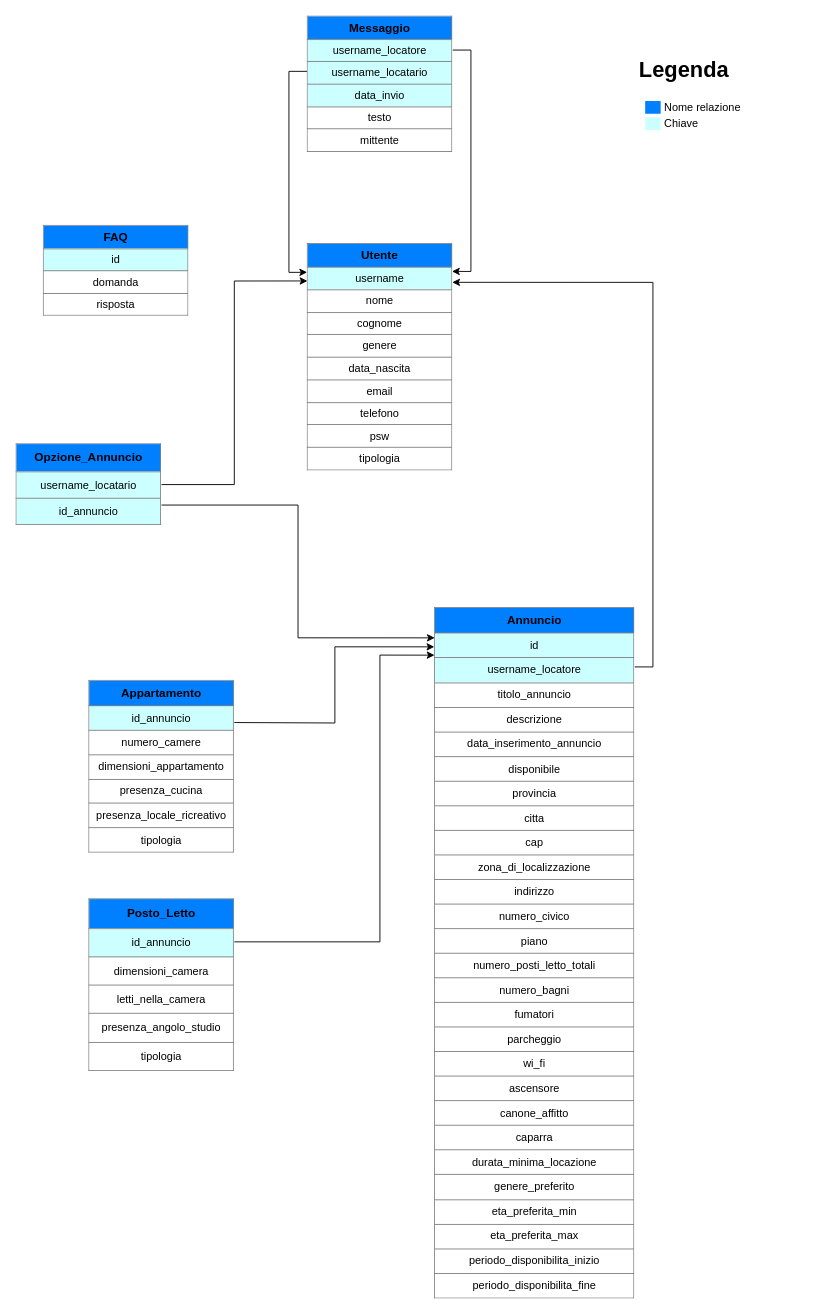
fd-col/RentAdvisor keeps this draw.io diagram as Database/Schema_logico_DB.drawio. Above is the earlier version. Source tidied: cells renumbered, new cells numbered last; positions are measured from the earlier drawing's top-left corner, leaving out a move shared by most shapes. Both pictures are drawn from the tidied source at 91%, with x=0, y=0 at pixel (15, 15).
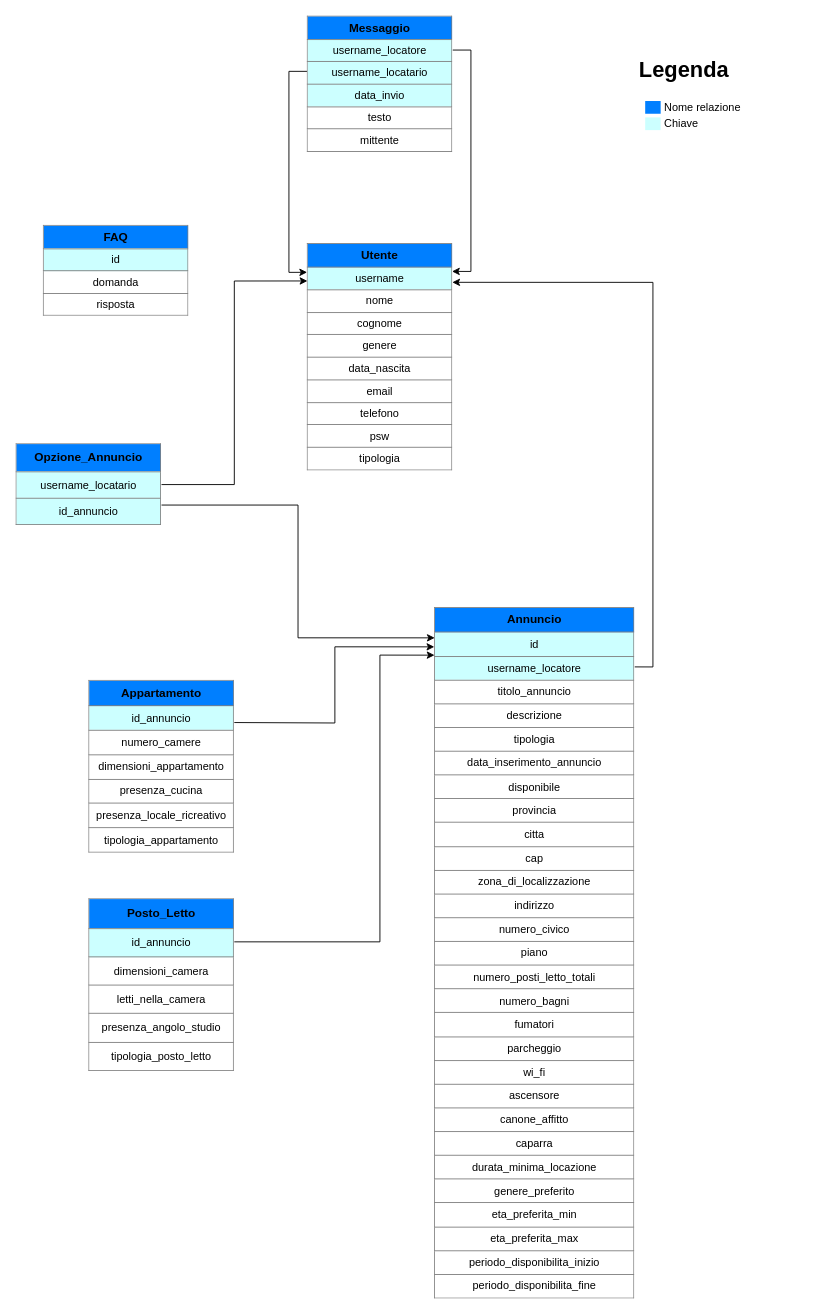
After the change.

What changed in the source:
```diff
@@
 <mxGraphModel>
   <root>
     <mxCell id="0" />
     <mxCell id="1" parent="0" />
     <mxCell id="2" value="&lt;table border=&quot;1&quot; width=&quot;100%&quot; cellpadding=&quot;4&quot; style=&quot;width: 100% ; height: 100% ; border-collapse: collapse&quot;&gt;&lt;tbody&gt;&lt;tr&gt;&lt;th style=&quot;background-color: rgb(0 , 127 , 255)&quot;&gt;&lt;font style=&quot;font-size: 13px&quot;&gt;Utente&lt;/font&gt;&lt;/th&gt;&lt;/tr&gt;&lt;tr style=&quot;font-size: 13px&quot;&gt;&lt;td style=&quot;font-size: 12px ; background-color: rgb(204 , 255 , 255)&quot;&gt;username&lt;/td&gt;&lt;/tr&gt;&lt;tr&gt;&lt;td&gt;nome&lt;/td&gt;&lt;/tr&gt;&lt;tr&gt;&lt;td&gt;cognome&lt;br&gt;&lt;/td&gt;&lt;/tr&gt;&lt;tr&gt;&lt;td&gt;genere&lt;/td&gt;&lt;/tr&gt;&lt;tr&gt;&lt;td&gt;data_nascita&lt;/td&gt;&lt;/tr&gt;&lt;tr&gt;&lt;td&gt;email&lt;/td&gt;&lt;/tr&gt;&lt;tr&gt;&lt;td&gt;telefono&lt;/td&gt;&lt;/tr&gt;&lt;tr&gt;&lt;td&gt;psw&lt;/td&gt;&lt;/tr&gt;&lt;tr&gt;&lt;td&gt;tipologia&lt;/td&gt;&lt;/tr&gt;&lt;/tbody&gt;&lt;/table&gt;" style="text;html=1;overflow=fill;align=center;" parent="1" vertex="1">
       <mxGeometry x="320" y="250" width="160" height="250" as="geometry" />
     </mxCell>
     <mxCell id="3" style="edgeStyle=orthogonalEdgeStyle;rounded=0;jettySize=auto;html=1;exitX=1;exitY=0.25;exitDx=0;exitDy=0;entryX=0.995;entryY=0.123;entryDx=0;entryDy=0;entryPerimeter=0;" parent="1" edge="1" source="5" target="2">
       <mxGeometry relative="1" as="geometry" />
     </mxCell>
     <mxCell id="4" style="edgeStyle=orthogonalEdgeStyle;rounded=0;jettySize=auto;html=1;exitX=0;exitY=0.406;exitDx=0;exitDy=0;entryX=0;entryY=0.127;entryDx=0;entryDy=0;entryPerimeter=0;exitPerimeter=0;" parent="1" edge="1" source="5" target="2">
       <mxGeometry relative="1" as="geometry" />
     </mxCell>
     <mxCell id="5" value="&lt;table border=&quot;1&quot; width=&quot;100%&quot; cellpadding=&quot;4&quot; style=&quot;width: 100% ; height: 100% ; border-collapse: collapse&quot;&gt;&lt;tbody&gt;&lt;tr&gt;&lt;th style=&quot;background-color: rgb(0 , 127 , 255)&quot;&gt;&lt;span style=&quot;font-size: 13px&quot;&gt;Messaggio&lt;/span&gt;&lt;/th&gt;&lt;/tr&gt;&lt;tr style=&quot;font-size: 13px&quot;&gt;&lt;td style=&quot;font-size: 12px ; background-color: rgb(204 , 255 , 255)&quot;&gt;username_locatore&lt;/td&gt;&lt;/tr&gt;&lt;tr&gt;&lt;td style=&quot;background-color: rgb(204 , 255 , 255)&quot;&gt;username_locatario&lt;/td&gt;&lt;/tr&gt;&lt;tr&gt;&lt;td style=&quot;background-color: rgb(204 , 255 , 255)&quot;&gt;data_invio&lt;/td&gt;&lt;/tr&gt;&lt;tr&gt;&lt;td&gt;testo&lt;/td&gt;&lt;/tr&gt;&lt;tr&gt;&lt;td&gt;mittente&lt;/td&gt;&lt;/tr&gt;&lt;/tbody&gt;&lt;/table&gt;" style="text;html=1;overflow=fill;align=center;" parent="1" vertex="1">
       <mxGeometry x="320" width="160" height="150" as="geometry" />
     </mxCell>
     <mxCell id="6" style="edgeStyle=orthogonalEdgeStyle;rounded=0;jettySize=auto;html=1;entryX=0.997;entryY=0.171;entryDx=0;entryDy=0;entryPerimeter=0;exitX=1;exitY=0.086;exitDx=0;exitDy=0;exitPerimeter=0;" parent="1" edge="1" source="7" target="2">
       <mxGeometry relative="1" as="geometry" />
     </mxCell>
-    <mxCell id="7" value="&lt;table border=&quot;1&quot; width=&quot;100%&quot; cellpadding=&quot;4&quot; style=&quot;width: 100% ; height: 100% ; border-collapse: collapse&quot;&gt;&lt;tbody&gt;&lt;tr&gt;&lt;th style=&quot;background-color: rgb(0 , 127 , 255)&quot;&gt;&lt;font style=&quot;font-size: 13px&quot;&gt;Annuncio&lt;/font&gt;&lt;/th&gt;&lt;/tr&gt;&lt;tr style=&quot;font-size: 13px&quot;&gt;&lt;td style=&quot;font-size: 12px ; background-color: rgb(204 , 255 , 255)&quot;&gt;id&lt;/td&gt;&lt;/tr&gt;&lt;tr&gt;&lt;td style=&quot;background-color: rgb(204 , 255 , 255)&quot;&gt;username_locatore&lt;/td&gt;&lt;/tr&gt;&lt;tr&gt;&lt;td&gt;titolo_annuncio&lt;/td&gt;&lt;/tr&gt;&lt;tr&gt;&lt;td&gt;descrizione&lt;br&gt;&lt;/td&gt;&lt;/tr&gt;&lt;tr&gt;&lt;td&gt;data_inserimento_annuncio&lt;/td&gt;&lt;/tr&gt;&lt;tr&gt;&lt;td&gt;disponibile&lt;/td&gt;&lt;/tr&gt;&lt;tr&gt;&lt;td&gt;provincia&lt;/td&gt;&lt;/tr&gt;&lt;tr&gt;&lt;td&gt;citta&lt;/td&gt;&lt;/tr&gt;&lt;tr&gt;&lt;td&gt;cap&lt;/td&gt;&lt;/tr&gt;&lt;tr&gt;&lt;td&gt;zona_di_localizzazione&lt;br&gt;&lt;/td&gt;&lt;/tr&gt;&lt;tr&gt;&lt;td&gt;indirizzo&lt;/td&gt;&lt;/tr&gt;&lt;tr&gt;&lt;td&gt;numero_civico&lt;/td&gt;&lt;/tr&gt;&lt;tr&gt;&lt;td&gt;piano&lt;/td&gt;&lt;/tr&gt;&lt;tr&gt;&lt;td&gt;numero_posti_letto_totali&lt;/td&gt;&lt;/tr&gt;&lt;tr&gt;&lt;td&gt;numero_bagni&lt;/td&gt;&lt;/tr&gt;&lt;tr&gt;&lt;td&gt;fumatori&lt;/td&gt;&lt;/tr&gt;&lt;tr&gt;&lt;td&gt;parcheggio&lt;/td&gt;&lt;/tr&gt;&lt;tr&gt;&lt;td&gt;wi_fi&lt;/td&gt;&lt;/tr&gt;&lt;tr&gt;&lt;td&gt;ascensore&lt;/td&gt;&lt;/tr&gt;&lt;tr&gt;&lt;td&gt;canone_affitto&lt;/td&gt;&lt;/tr&gt;&lt;tr&gt;&lt;td&gt;caparra&lt;/td&gt;&lt;/tr&gt;&lt;tr&gt;&lt;td&gt;durata_minima_locazione&lt;/td&gt;&lt;/tr&gt;&lt;tr&gt;&lt;td&gt;genere_preferito&lt;/td&gt;&lt;/tr&gt;&lt;tr&gt;&lt;td&gt;eta_preferita_min&lt;/td&gt;&lt;/tr&gt;&lt;tr&gt;&lt;td&gt;eta_preferita_max&lt;/td&gt;&lt;/tr&gt;&lt;tr&gt;&lt;td&gt;periodo_disponibilita_inizio&lt;/td&gt;&lt;/tr&gt;&lt;tr&gt;&lt;td&gt;periodo_disponibilita_fine&lt;/td&gt;&lt;/tr&gt;&lt;/tbody&gt;&lt;/table&gt;" style="text;html=1;overflow=fill;align=center;" parent="1" vertex="1">
+    <mxCell id="7" value="&lt;table border=&quot;1&quot; width=&quot;100%&quot; cellpadding=&quot;4&quot; style=&quot;width: 100% ; height: 100% ; border-collapse: collapse&quot;&gt;&lt;tbody&gt;&lt;tr&gt;&lt;th style=&quot;background-color: rgb(0 , 127 , 255)&quot;&gt;&lt;font style=&quot;font-size: 13px&quot;&gt;Annuncio&lt;/font&gt;&lt;/th&gt;&lt;/tr&gt;&lt;tr style=&quot;font-size: 13px&quot;&gt;&lt;td style=&quot;font-size: 12px ; background-color: rgb(204 , 255 , 255)&quot;&gt;id&lt;/td&gt;&lt;/tr&gt;&lt;tr&gt;&lt;td style=&quot;background-color: rgb(204 , 255 , 255)&quot;&gt;username_locatore&lt;/td&gt;&lt;/tr&gt;&lt;tr&gt;&lt;td&gt;titolo_annuncio&lt;/td&gt;&lt;/tr&gt;&lt;tr&gt;&lt;td&gt;descrizione&lt;br&gt;&lt;/td&gt;&lt;/tr&gt;&lt;tr&gt;&lt;td&gt;tipologia&lt;/td&gt;&lt;/tr&gt;&lt;tr&gt;&lt;td&gt;data_inserimento_annuncio&lt;/td&gt;&lt;/tr&gt;&lt;tr&gt;&lt;td&gt;disponibile&lt;/td&gt;&lt;/tr&gt;&lt;tr&gt;&lt;td&gt;provincia&lt;/td&gt;&lt;/tr&gt;&lt;tr&gt;&lt;td&gt;citta&lt;/td&gt;&lt;/tr&gt;&lt;tr&gt;&lt;td&gt;cap&lt;/td&gt;&lt;/tr&gt;&lt;tr&gt;&lt;td&gt;zona_di_localizzazione&lt;br&gt;&lt;/td&gt;&lt;/tr&gt;&lt;tr&gt;&lt;td&gt;indirizzo&lt;/td&gt;&lt;/tr&gt;&lt;tr&gt;&lt;td&gt;numero_civico&lt;/td&gt;&lt;/tr&gt;&lt;tr&gt;&lt;td&gt;piano&lt;/td&gt;&lt;/tr&gt;&lt;tr&gt;&lt;td&gt;numero_posti_letto_totali&lt;/td&gt;&lt;/tr&gt;&lt;tr&gt;&lt;td&gt;numero_bagni&lt;/td&gt;&lt;/tr&gt;&lt;tr&gt;&lt;td&gt;fumatori&lt;/td&gt;&lt;/tr&gt;&lt;tr&gt;&lt;td&gt;parcheggio&lt;/td&gt;&lt;/tr&gt;&lt;tr&gt;&lt;td&gt;wi_fi&lt;/td&gt;&lt;/tr&gt;&lt;tr&gt;&lt;td&gt;ascensore&lt;/td&gt;&lt;/tr&gt;&lt;tr&gt;&lt;td&gt;canone_affitto&lt;/td&gt;&lt;/tr&gt;&lt;tr&gt;&lt;td&gt;caparra&lt;/td&gt;&lt;/tr&gt;&lt;tr&gt;&lt;td&gt;durata_minima_locazione&lt;/td&gt;&lt;/tr&gt;&lt;tr&gt;&lt;td&gt;genere_preferito&lt;/td&gt;&lt;/tr&gt;&lt;tr&gt;&lt;td&gt;eta_preferita_min&lt;/td&gt;&lt;/tr&gt;&lt;tr&gt;&lt;td&gt;eta_preferita_max&lt;/td&gt;&lt;/tr&gt;&lt;tr&gt;&lt;td&gt;periodo_disponibilita_inizio&lt;/td&gt;&lt;/tr&gt;&lt;tr&gt;&lt;td&gt;periodo_disponibilita_fine&lt;/td&gt;&lt;/tr&gt;&lt;/tbody&gt;&lt;/table&gt;" style="text;html=1;overflow=fill;align=center;" parent="1" vertex="1">
       <mxGeometry x="460" y="650" width="220" height="760" as="geometry" />
     </mxCell>
     <mxCell id="8" value="&lt;table border=&quot;1&quot; width=&quot;100%&quot; cellpadding=&quot;4&quot; style=&quot;width: 100% ; height: 100% ; border-collapse: collapse&quot;&gt;&lt;tbody&gt;&lt;tr&gt;&lt;th style=&quot;background-color: rgb(0 , 127 , 255)&quot;&gt;&lt;span style=&quot;font-size: 13px&quot;&gt;FAQ&lt;/span&gt;&lt;/th&gt;&lt;/tr&gt;&lt;tr style=&quot;font-size: 13px&quot;&gt;&lt;td style=&quot;font-size: 12px ; background-color: rgb(204 , 255 , 255)&quot;&gt;id&lt;/td&gt;&lt;/tr&gt;&lt;tr&gt;&lt;td&gt;domanda&lt;/td&gt;&lt;/tr&gt;&lt;tr&gt;&lt;td&gt;risposta&lt;/td&gt;&lt;/tr&gt;&lt;/tbody&gt;&lt;/table&gt;" style="text;html=1;overflow=fill;align=center;" parent="1" vertex="1">
       <mxGeometry x="30" y="230" width="160" height="100" as="geometry" />
     </mxCell>
     <mxCell id="9" style="edgeStyle=orthogonalEdgeStyle;rounded=0;jettySize=auto;html=1;exitX=1;exitY=0.5;exitDx=0;exitDy=0;entryX=0.002;entryY=0.165;entryDx=0;entryDy=0;entryPerimeter=0;" parent="1" edge="1" source="11" target="2">
       <mxGeometry relative="1" as="geometry" />
     </mxCell>
     <mxCell id="10" style="edgeStyle=orthogonalEdgeStyle;rounded=0;jettySize=auto;html=1;exitX=1;exitY=0.75;exitDx=0;exitDy=0;entryX=0.001;entryY=0.044;entryDx=0;entryDy=0;entryPerimeter=0;" parent="1" edge="1" source="11" target="7">
       <mxGeometry relative="1" as="geometry" />
     </mxCell>
     <mxCell id="11" value="&lt;table border=&quot;1&quot; width=&quot;100%&quot; cellpadding=&quot;4&quot; style=&quot;width: 100% ; height: 100% ; border-collapse: collapse&quot;&gt;&lt;tbody&gt;&lt;tr&gt;&lt;th style=&quot;background-color: rgb(0 , 127 , 255)&quot;&gt;&lt;span style=&quot;font-size: 13px&quot;&gt;Opzione_Annuncio&lt;/span&gt;&lt;/th&gt;&lt;/tr&gt;&lt;tr style=&quot;font-size: 13px&quot;&gt;&lt;td style=&quot;font-size: 12px ; background-color: rgb(204 , 255 , 255)&quot;&gt;username_locatario&lt;/td&gt;&lt;/tr&gt;&lt;tr&gt;&lt;td style=&quot;background-color: rgb(204 , 255 , 255)&quot;&gt;id_annuncio&lt;br&gt;&lt;/td&gt;&lt;/tr&gt;&lt;/tbody&gt;&lt;/table&gt;" style="text;html=1;overflow=fill;align=center;" parent="1" vertex="1">
       <mxGeometry y="470" width="160" height="90" as="geometry" />
     </mxCell>
     <mxCell id="12" style="edgeStyle=orthogonalEdgeStyle;rounded=0;jettySize=auto;html=1;exitX=1;exitY=0.25;exitDx=0;exitDy=0;entryX=-0.001;entryY=0.057;entryDx=0;entryDy=0;entryPerimeter=0;" parent="1" edge="1" target="7">
       <mxGeometry relative="1" as="geometry">
         <mxPoint x="240" y="776.5" as="sourcePoint" />
       </mxGeometry>
     </mxCell>
-    <mxCell id="13" value="&lt;table border=&quot;1&quot; width=&quot;100%&quot; cellpadding=&quot;4&quot; style=&quot;width: 100% ; height: 100% ; border-collapse: collapse&quot;&gt;&lt;tbody&gt;&lt;tr&gt;&lt;th style=&quot;background-color: rgb(0 , 127 , 255)&quot;&gt;&lt;span style=&quot;font-size: 13px;&quot;&gt;Appartamento&lt;/span&gt;&lt;/th&gt;&lt;/tr&gt;&lt;tr style=&quot;font-size: 13px&quot;&gt;&lt;td style=&quot;font-size: 12px ; background-color: rgb(204 , 255 , 255)&quot;&gt;id_annuncio&lt;/td&gt;&lt;/tr&gt;&lt;tr&gt;&lt;td&gt;numero_camere&lt;/td&gt;&lt;/tr&gt;&lt;tr&gt;&lt;td&gt;dimensioni_appartamento&lt;/td&gt;&lt;/tr&gt;&lt;tr&gt;&lt;td&gt;presenza_cucina&lt;/td&gt;&lt;/tr&gt;&lt;tr&gt;&lt;td&gt;presenza_locale_ricreativo&lt;/td&gt;&lt;/tr&gt;&lt;tr&gt;&lt;td&gt;tipologia&lt;/td&gt;&lt;/tr&gt;&lt;/tbody&gt;&lt;/table&gt;" style="text;html=1;overflow=fill;align=center;" parent="1" vertex="1">
+    <mxCell id="13" value="&lt;table border=&quot;1&quot; width=&quot;100%&quot; cellpadding=&quot;4&quot; style=&quot;width: 100% ; height: 100% ; border-collapse: collapse&quot;&gt;&lt;tbody&gt;&lt;tr&gt;&lt;th style=&quot;background-color: rgb(0 , 127 , 255)&quot;&gt;&lt;span style=&quot;font-size: 13px;&quot;&gt;Appartamento&lt;/span&gt;&lt;/th&gt;&lt;/tr&gt;&lt;tr style=&quot;font-size: 13px&quot;&gt;&lt;td style=&quot;font-size: 12px ; background-color: rgb(204 , 255 , 255)&quot;&gt;id_annuncio&lt;/td&gt;&lt;/tr&gt;&lt;tr&gt;&lt;td&gt;numero_camere&lt;/td&gt;&lt;/tr&gt;&lt;tr&gt;&lt;td&gt;dimensioni_appartamento&lt;/td&gt;&lt;/tr&gt;&lt;tr&gt;&lt;td&gt;presenza_cucina&lt;/td&gt;&lt;/tr&gt;&lt;tr&gt;&lt;td&gt;presenza_locale_ricreativo&lt;/td&gt;&lt;/tr&gt;&lt;tr&gt;&lt;td&gt;tipologia_appartamento&lt;/td&gt;&lt;/tr&gt;&lt;/tbody&gt;&lt;/table&gt;" style="text;html=1;overflow=fill;align=center;" parent="1" vertex="1">
       <mxGeometry x="80" y="730" width="160" height="190" as="geometry" />
     </mxCell>
     <mxCell id="14" style="edgeStyle=orthogonalEdgeStyle;rounded=0;jettySize=auto;html=1;exitX=1;exitY=0.25;exitDx=0;exitDy=0;entryX=0;entryY=0.069;entryDx=0;entryDy=0;entryPerimeter=0;" parent="1" edge="1" source="15" target="7">
       <mxGeometry relative="1" as="geometry">
         <Array as="points">
           <mxPoint x="400" y="1018" />
           <mxPoint x="400" y="702" />
         </Array>
       </mxGeometry>
     </mxCell>
-    <mxCell id="15" value="&lt;table border=&quot;1&quot; width=&quot;100%&quot; cellpadding=&quot;4&quot; style=&quot;width: 100% ; height: 100% ; border-collapse: collapse&quot;&gt;&lt;tbody&gt;&lt;tr&gt;&lt;th style=&quot;background-color: rgb(0 , 127 , 255)&quot;&gt;&lt;span style=&quot;font-size: 13px;&quot;&gt;Posto_Letto&lt;/span&gt;&lt;/th&gt;&lt;/tr&gt;&lt;tr style=&quot;font-size: 13px&quot;&gt;&lt;td style=&quot;font-size: 12px ; background-color: rgb(204 , 255 , 255)&quot;&gt;id_annuncio&lt;/td&gt;&lt;/tr&gt;&lt;tr&gt;&lt;td&gt;dimensioni_camera&lt;/td&gt;&lt;/tr&gt;&lt;tr&gt;&lt;td&gt;letti_nella_camera&lt;/td&gt;&lt;/tr&gt;&lt;tr&gt;&lt;td&gt;presenza_angolo_studio&lt;/td&gt;&lt;/tr&gt;&lt;tr&gt;&lt;td&gt;tipologia&lt;/td&gt;&lt;/tr&gt;&lt;/tbody&gt;&lt;/table&gt;" style="text;html=1;overflow=fill;align=center;" parent="1" vertex="1">
+    <mxCell id="15" value="&lt;table border=&quot;1&quot; width=&quot;100%&quot; cellpadding=&quot;4&quot; style=&quot;width: 100% ; height: 100% ; border-collapse: collapse&quot;&gt;&lt;tbody&gt;&lt;tr&gt;&lt;th style=&quot;background-color: rgb(0 , 127 , 255)&quot;&gt;&lt;span style=&quot;font-size: 13px;&quot;&gt;Posto_Letto&lt;/span&gt;&lt;/th&gt;&lt;/tr&gt;&lt;tr style=&quot;font-size: 13px&quot;&gt;&lt;td style=&quot;font-size: 12px ; background-color: rgb(204 , 255 , 255)&quot;&gt;id_annuncio&lt;/td&gt;&lt;/tr&gt;&lt;tr&gt;&lt;td&gt;dimensioni_camera&lt;/td&gt;&lt;/tr&gt;&lt;tr&gt;&lt;td&gt;letti_nella_camera&lt;/td&gt;&lt;/tr&gt;&lt;tr&gt;&lt;td&gt;presenza_angolo_studio&lt;/td&gt;&lt;/tr&gt;&lt;tr&gt;&lt;td&gt;tipologia_posto_letto&lt;/td&gt;&lt;/tr&gt;&lt;/tbody&gt;&lt;/table&gt;" style="text;html=1;overflow=fill;align=center;" parent="1" vertex="1">
       <mxGeometry x="80" y="970" width="160" height="190" as="geometry" />
     </mxCell>
     <mxCell id="16" value="&lt;h1&gt;Legenda&lt;/h1&gt;&lt;p&gt;&lt;/p&gt;&lt;table&gt;&lt;tbody&gt;&lt;tr&gt;&lt;td&gt;&lt;br&gt;&lt;/td&gt;&lt;td style=&quot;&quot;&gt;&lt;span style=&quot;background-color: rgb(0, 127, 255);&quot;&gt;&amp;nbsp; &amp;nbsp; &amp;nbsp;&lt;/span&gt;&lt;/td&gt;&lt;td&gt;Nome relazione&lt;/td&gt;&lt;/tr&gt;&lt;tr&gt;&lt;td&gt;&lt;br&gt;&lt;/td&gt;&lt;td&gt;&lt;span style=&quot;background-color: rgb(204, 255, 255);&quot;&gt;&amp;nbsp; &amp;nbsp; &amp;nbsp;&lt;/span&gt;&lt;/td&gt;&lt;td&gt;Chiave&lt;/td&gt;&lt;/tr&gt;&lt;/tbody&gt;&lt;/table&gt;&amp;nbsp;&lt;br&gt;&lt;p&gt;&lt;/p&gt;" style="text;html=1;strokeColor=none;fillColor=none;spacing=5;spacingTop=-20;whiteSpace=wrap;overflow=hidden;rounded=0;labelBackgroundColor=none;" parent="1" vertex="1">
       <mxGeometry x="680" y="40" width="190" height="120" as="geometry" />
     </mxCell>
   </root>
 </mxGraphModel>
```
